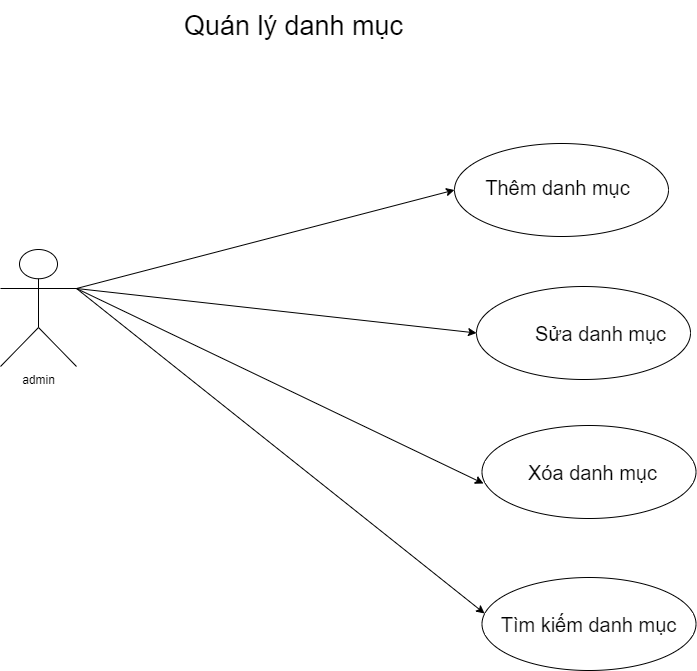
The draw.io diagram 3drawio.png in dungvu242k3/JAVA, before a commit. Source tidied: cells renumbered, new cells last; positions are measured from the earlier drawing's top-left corner, leaving out a move shared by most shapes.
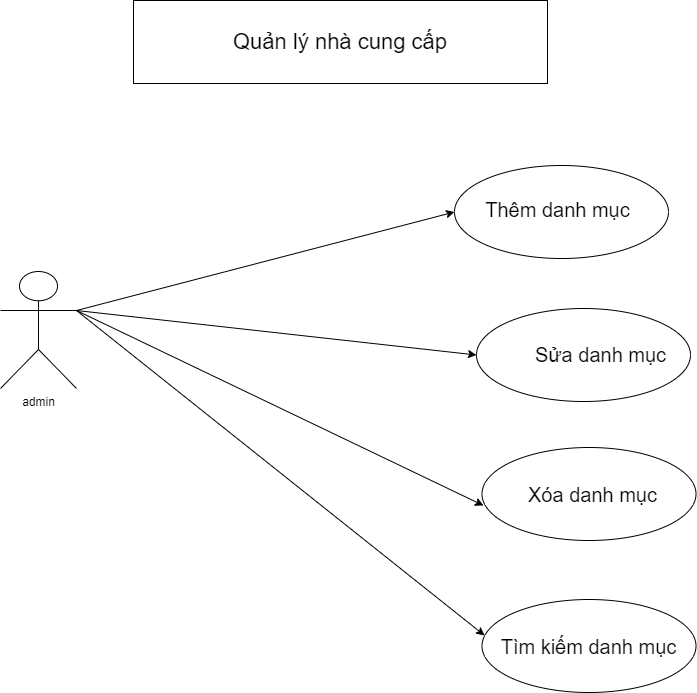
After the change.

Commit message:
Cập nhật 3drawio.png

What changed in the source:
```diff
@@ -41,8 +41,8 @@
     <mxCell id="14" value="&lt;font style=&quot;font-size: 20px;&quot;&gt;Tìm kiếm danh mục&lt;/font&gt;" style="text;html=1;align=center;verticalAlign=middle;whiteSpace=wrap;rounded=0;" parent="1" vertex="1">
       <mxGeometry x="493" y="593" width="191" height="61" as="geometry" />
     </mxCell>
-    <mxCell id="15" value="&lt;font style=&quot;font-size: 27px;&quot;&gt;Quán lý danh mục&lt;/font&gt;" style="text;html=1;align=center;verticalAlign=middle;whiteSpace=wrap;rounded=0;" parent="1" vertex="1">
-      <mxGeometry x="115" width="357" height="52" as="geometry" />
-    </mxCell>
+    <mxCell id="16" value="&lt;font style=&quot;font-size: 22px;&quot;&gt;Quản lý nhà cung cấp&lt;/font&gt;" style="rounded=0;whiteSpace=wrap;html=1;" parent="1" vertex="1">
+      <mxGeometry x="133" y="-22" width="414" height="83" as="geometry" />
+    </mxCell>
   </root>
 </mxGraphModel>
```
